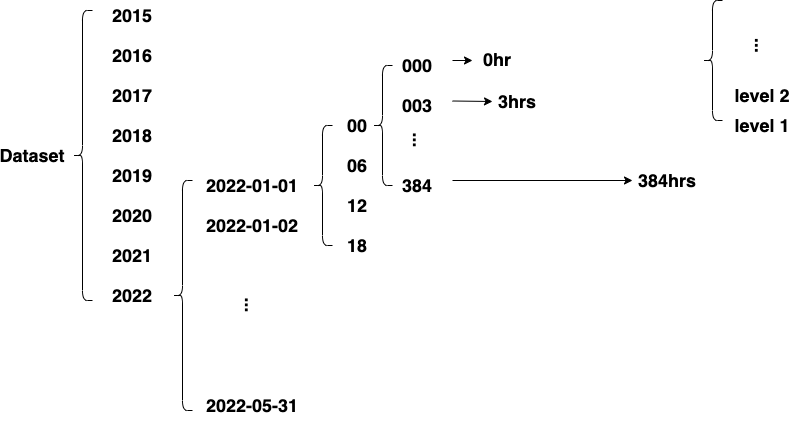
lin-chen-DLA/lin-chen-DLA.github.io keeps this draw.io diagram as Python3/img/NOAA_1.png. Above is the earlier version. Source tidied: cells renumbered, new cells last; positions are measured from the earlier drawing's top-left corner, leaving out a move shared by most shapes.
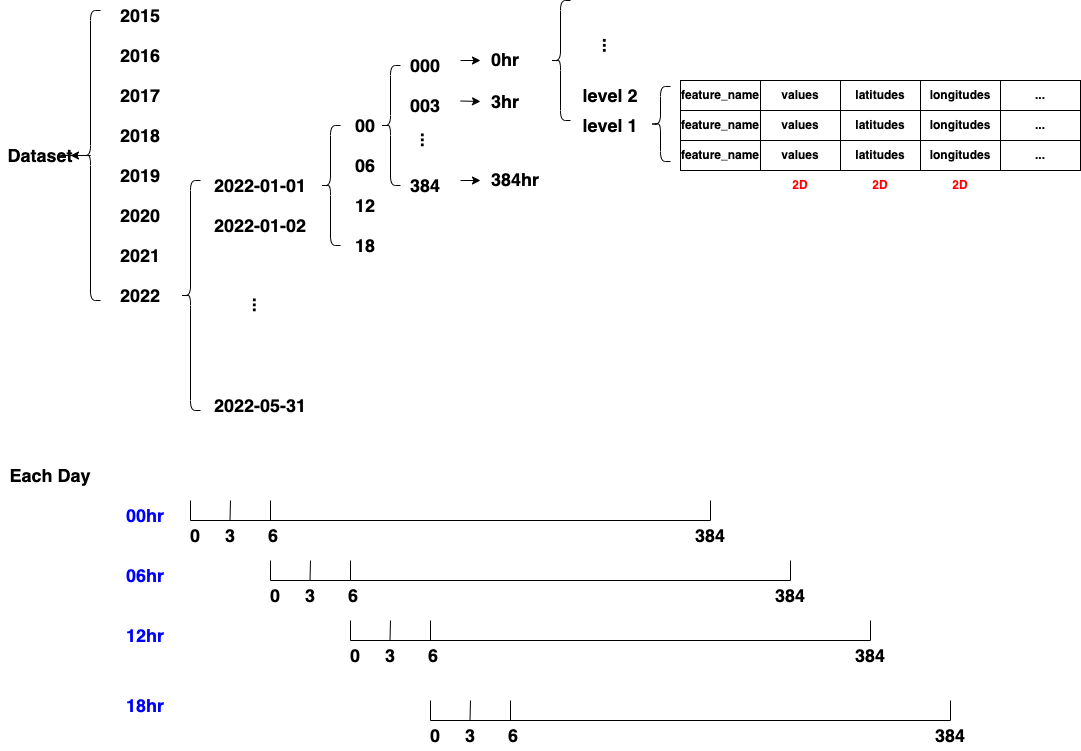
Above is the later version.

The edit, as a diff of the source:
```diff
@@ -5,6 +5,9 @@
     <mxCell id="2" value="&lt;font style=&quot;font-size: 18px;&quot;&gt;&lt;b&gt;Dataset&lt;/b&gt;&lt;/font&gt;" style="text;html=1;strokeColor=none;fillColor=none;align=center;verticalAlign=middle;whiteSpace=wrap;rounded=0;" parent="1" vertex="1">
       <mxGeometry y="140" width="60" height="30" as="geometry" />
     </mxCell>
+    <mxCell id="37" style="edgeStyle=orthogonalEdgeStyle;rounded=0;jettySize=auto;html=1;fontColor=#0000FF;" parent="1" edge="1" source="3" target="2">
+      <mxGeometry relative="1" as="geometry" />
+    </mxCell>
     <mxCell id="3" style="shape=curlyBracket;whiteSpace=wrap;html=1;rounded=1;fontSize=18;" parent="1" vertex="1">
       <mxGeometry x="70" y="10" width="20" height="290" as="geometry" />
     </mxCell>
@@ -86,35 +89,275 @@
     <mxCell id="28" style="endArrow=classic;html=1;rounded=0;fontSize=18;" parent="1" edge="1">
       <mxGeometry relative="1" as="geometry">
         <mxPoint x="450" y="100.5" as="sourcePoint" />
-        <mxPoint x="490" y="101" as="targetPoint" />
+        <mxPoint x="470" y="101" as="targetPoint" />
       </mxGeometry>
     </mxCell>
     <mxCell id="29" style="endArrow=classic;html=1;rounded=0;fontSize=18;" parent="1" edge="1">
       <mxGeometry relative="1" as="geometry">
         <mxPoint x="450" y="180" as="sourcePoint" />
-        <mxPoint x="630" y="180" as="targetPoint" />
+        <mxPoint x="470" y="180" as="targetPoint" />
       </mxGeometry>
     </mxCell>
     <mxCell id="30" value="&lt;span style=&quot;font-size: 18px;&quot;&gt;&lt;b&gt;0hr&lt;/b&gt;&lt;/span&gt;" style="text;html=1;strokeColor=none;fillColor=none;align=center;verticalAlign=middle;whiteSpace=wrap;rounded=0;" parent="1" vertex="1">
       <mxGeometry x="470" y="44" width="50" height="30" as="geometry" />
     </mxCell>
-    <mxCell id="31" value="&lt;span style=&quot;font-size: 18px;&quot;&gt;&lt;b&gt;3hrs&lt;/b&gt;&lt;/span&gt;" style="text;html=1;strokeColor=none;fillColor=none;align=center;verticalAlign=middle;whiteSpace=wrap;rounded=0;" parent="1" vertex="1">
-      <mxGeometry x="490" y="86" width="50" height="30" as="geometry" />
+    <mxCell id="31" value="&lt;span style=&quot;font-size: 18px;&quot;&gt;&lt;b&gt;3hr&lt;/b&gt;&lt;/span&gt;" style="text;html=1;strokeColor=none;fillColor=none;align=center;verticalAlign=middle;whiteSpace=wrap;rounded=0;" parent="1" vertex="1">
+      <mxGeometry x="470" y="86" width="50" height="30" as="geometry" />
     </mxCell>
-    <mxCell id="32" value="&lt;span style=&quot;font-size: 18px;&quot;&gt;&lt;b&gt;384hrs&lt;/b&gt;&lt;/span&gt;" style="text;html=1;strokeColor=none;fillColor=none;align=center;verticalAlign=middle;whiteSpace=wrap;rounded=0;" parent="1" vertex="1">
-      <mxGeometry x="640" y="165" width="50" height="30" as="geometry" />
+    <mxCell id="32" value="&lt;span style=&quot;font-size: 18px;&quot;&gt;&lt;b&gt;384hr&lt;/b&gt;&lt;/span&gt;" style="text;html=1;strokeColor=none;fillColor=none;align=center;verticalAlign=middle;whiteSpace=wrap;rounded=0;" parent="1" vertex="1">
+      <mxGeometry x="480" y="164" width="50" height="30" as="geometry" />
     </mxCell>
     <mxCell id="33" style="shape=curlyBracket;whiteSpace=wrap;html=1;rounded=1;fontSize=18;" parent="1" vertex="1">
-      <mxGeometry x="700" width="20" height="120" as="geometry" />
+      <mxGeometry x="540" width="20" height="120" as="geometry" />
     </mxCell>
     <mxCell id="34" value="&lt;span style=&quot;font-size: 18px;&quot;&gt;&lt;b&gt;level 1&lt;/b&gt;&lt;/span&gt;" style="text;html=1;strokeColor=none;fillColor=none;align=center;verticalAlign=middle;whiteSpace=wrap;rounded=0;" parent="1" vertex="1">
-      <mxGeometry x="720" y="110" width="80" height="30" as="geometry" />
+      <mxGeometry x="560" y="110" width="80" height="30" as="geometry" />
     </mxCell>
     <mxCell id="35" value="&lt;span style=&quot;font-size: 18px;&quot;&gt;&lt;b&gt;level 2&lt;/b&gt;&lt;/span&gt;" style="text;html=1;strokeColor=none;fillColor=none;align=center;verticalAlign=middle;whiteSpace=wrap;rounded=0;" parent="1" vertex="1">
-      <mxGeometry x="720" y="80" width="80" height="30" as="geometry" />
+      <mxGeometry x="560" y="80" width="80" height="30" as="geometry" />
     </mxCell>
     <mxCell id="36" value="&lt;span style=&quot;font-size: 18px;&quot;&gt;&lt;b&gt;...&lt;/b&gt;&lt;/span&gt;" style="text;html=1;strokeColor=none;fillColor=none;align=center;verticalAlign=middle;whiteSpace=wrap;rounded=0;rotation=90;" parent="1" vertex="1">
-      <mxGeometry x="737.5" y="30" width="45" height="30" as="geometry" />
+      <mxGeometry x="577.5" y="30" width="45" height="30" as="geometry" />
     </mxCell>
+    <mxCell id="38" style="shape=curlyBracket;whiteSpace=wrap;html=1;rounded=1;fontSize=18;" parent="1" vertex="1">
+      <mxGeometry x="640" y="86" width="20" height="75" as="geometry" />
+    </mxCell>
+    <mxCell id="39" value="&lt;b&gt;feature_name&lt;/b&gt;" style="rounded=0;whiteSpace=wrap;html=1;" parent="1" vertex="1">
+      <mxGeometry x="670" y="140" width="80" height="30" as="geometry" />
+    </mxCell>
+    <mxCell id="40" value="&lt;b&gt;values&lt;/b&gt;" style="rounded=0;whiteSpace=wrap;html=1;" parent="1" vertex="1">
+      <mxGeometry x="750" y="140" width="80" height="30" as="geometry" />
+    </mxCell>
+    <mxCell id="41" value="&lt;b&gt;latitudes&lt;/b&gt;" style="rounded=0;whiteSpace=wrap;html=1;" parent="1" vertex="1">
+      <mxGeometry x="830" y="140" width="80" height="30" as="geometry" />
+    </mxCell>
+    <mxCell id="42" value="&lt;b&gt;longitudes&lt;/b&gt;" style="rounded=0;whiteSpace=wrap;html=1;" parent="1" vertex="1">
+      <mxGeometry x="910" y="140" width="80" height="30" as="geometry" />
+    </mxCell>
+    <mxCell id="43" value="&lt;b&gt;...&lt;/b&gt;" style="rounded=0;whiteSpace=wrap;html=1;" parent="1" vertex="1">
+      <mxGeometry x="990" y="140" width="80" height="30" as="geometry" />
+    </mxCell>
+    <mxCell id="44" value="&lt;b&gt;feature_name&lt;/b&gt;" style="rounded=0;whiteSpace=wrap;html=1;" parent="1" vertex="1">
+      <mxGeometry x="670" y="110" width="80" height="30" as="geometry" />
+    </mxCell>
+    <mxCell id="45" value="&lt;b&gt;values&lt;/b&gt;" style="rounded=0;whiteSpace=wrap;html=1;" parent="1" vertex="1">
+      <mxGeometry x="750" y="110" width="80" height="30" as="geometry" />
+    </mxCell>
+    <mxCell id="46" value="&lt;b&gt;latitudes&lt;/b&gt;" style="rounded=0;whiteSpace=wrap;html=1;" parent="1" vertex="1">
+      <mxGeometry x="830" y="110" width="80" height="30" as="geometry" />
+    </mxCell>
+    <mxCell id="47" value="&lt;b&gt;longitudes&lt;/b&gt;" style="rounded=0;whiteSpace=wrap;html=1;" parent="1" vertex="1">
+      <mxGeometry x="910" y="110" width="80" height="30" as="geometry" />
+    </mxCell>
+    <mxCell id="48" value="&lt;b&gt;...&lt;/b&gt;" style="rounded=0;whiteSpace=wrap;html=1;" parent="1" vertex="1">
+      <mxGeometry x="990" y="110" width="80" height="30" as="geometry" />
+    </mxCell>
+    <mxCell id="49" value="&lt;b&gt;feature_name&lt;/b&gt;" style="rounded=0;whiteSpace=wrap;html=1;" parent="1" vertex="1">
+      <mxGeometry x="670" y="80" width="80" height="30" as="geometry" />
+    </mxCell>
+    <mxCell id="50" value="&lt;b&gt;values&lt;/b&gt;" style="rounded=0;whiteSpace=wrap;html=1;" parent="1" vertex="1">
+      <mxGeometry x="750" y="80" width="80" height="30" as="geometry" />
+    </mxCell>
+    <mxCell id="51" value="&lt;b&gt;latitudes&lt;/b&gt;" style="rounded=0;whiteSpace=wrap;html=1;" parent="1" vertex="1">
+      <mxGeometry x="830" y="80" width="80" height="30" as="geometry" />
+    </mxCell>
+    <mxCell id="52" value="&lt;b&gt;longitudes&lt;/b&gt;" style="rounded=0;whiteSpace=wrap;html=1;" parent="1" vertex="1">
+      <mxGeometry x="910" y="80" width="80" height="30" as="geometry" />
+    </mxCell>
+    <mxCell id="53" value="&lt;b&gt;...&lt;/b&gt;" style="rounded=0;whiteSpace=wrap;html=1;" parent="1" vertex="1">
+      <mxGeometry x="990" y="80" width="80" height="30" as="geometry" />
+    </mxCell>
+    <mxCell id="54" value="&lt;b&gt;&lt;font color=&quot;#ff0000&quot;&gt;2D&lt;/font&gt;&lt;/b&gt;" style="text;html=1;strokeColor=none;fillColor=none;align=center;verticalAlign=middle;whiteSpace=wrap;rounded=0;" parent="1" vertex="1">
+      <mxGeometry x="760" y="170" width="60" height="30" as="geometry" />
+    </mxCell>
+    <mxCell id="55" value="&lt;b&gt;&lt;font color=&quot;#ff0000&quot;&gt;2D&lt;/font&gt;&lt;/b&gt;" style="text;html=1;strokeColor=none;fillColor=none;align=center;verticalAlign=middle;whiteSpace=wrap;rounded=0;" parent="1" vertex="1">
+      <mxGeometry x="840" y="170" width="60" height="30" as="geometry" />
+    </mxCell>
+    <mxCell id="56" value="&lt;b&gt;&lt;font color=&quot;#ff0000&quot;&gt;2D&lt;/font&gt;&lt;/b&gt;" style="text;html=1;strokeColor=none;fillColor=none;align=center;verticalAlign=middle;whiteSpace=wrap;rounded=0;" parent="1" vertex="1">
+      <mxGeometry x="920" y="170" width="60" height="30" as="geometry" />
+    </mxCell>
+    <mxCell id="57" style="endArrow=none;html=1;rounded=0;fontColor=#FF0000;" parent="1" edge="1">
+      <mxGeometry relative="1" as="geometry">
+        <mxPoint x="180" y="520" as="sourcePoint" />
+        <mxPoint x="700" y="520" as="targetPoint" />
+      </mxGeometry>
+    </mxCell>
+    <mxCell id="58" value="&lt;span style=&quot;font-size: 18px;&quot;&gt;&lt;b&gt;&lt;font color=&quot;#0000ff&quot;&gt;00hr&lt;/font&gt;&lt;/b&gt;&lt;/span&gt;" style="text;html=1;strokeColor=none;fillColor=none;align=center;verticalAlign=middle;whiteSpace=wrap;rounded=0;" parent="1" vertex="1">
+      <mxGeometry x="110" y="500" width="50" height="30" as="geometry" />
+    </mxCell>
+    <mxCell id="59" style="endArrow=none;html=1;rounded=0;fontColor=#0000FF;" parent="1" edge="1">
+      <mxGeometry relative="1" as="geometry">
+        <mxPoint x="180" y="520" as="sourcePoint" />
+        <mxPoint x="180" y="500" as="targetPoint" />
+      </mxGeometry>
+    </mxCell>
+    <mxCell id="60" style="endArrow=none;html=1;rounded=0;fontColor=#0000FF;" parent="1" edge="1">
+      <mxGeometry relative="1" as="geometry">
+        <mxPoint x="219.5" y="520" as="sourcePoint" />
+        <mxPoint x="220" y="500" as="targetPoint" />
+      </mxGeometry>
+    </mxCell>
+    <mxCell id="61" value="&lt;span style=&quot;font-size: 18px;&quot;&gt;&lt;b&gt;0&lt;/b&gt;&lt;/span&gt;" style="text;html=1;strokeColor=none;fillColor=none;align=center;verticalAlign=middle;whiteSpace=wrap;rounded=0;" parent="1" vertex="1">
+      <mxGeometry x="160" y="520" width="50" height="30" as="geometry" />
+    </mxCell>
+    <mxCell id="62" value="&lt;span style=&quot;font-size: 18px;&quot;&gt;&lt;b&gt;3&lt;/b&gt;&lt;/span&gt;" style="text;html=1;strokeColor=none;fillColor=none;align=center;verticalAlign=middle;whiteSpace=wrap;rounded=0;" parent="1" vertex="1">
+      <mxGeometry x="195" y="520" width="50" height="30" as="geometry" />
+    </mxCell>
+    <mxCell id="63" style="endArrow=none;html=1;rounded=0;fontColor=#0000FF;" parent="1" edge="1">
+      <mxGeometry relative="1" as="geometry">
+        <mxPoint x="260" y="520" as="sourcePoint" />
+        <mxPoint x="260" y="500" as="targetPoint" />
+      </mxGeometry>
+    </mxCell>
+    <mxCell id="64" value="&lt;span style=&quot;font-size: 18px;&quot;&gt;&lt;b&gt;6&lt;/b&gt;&lt;/span&gt;" style="text;html=1;strokeColor=none;fillColor=none;align=center;verticalAlign=middle;whiteSpace=wrap;rounded=0;" parent="1" vertex="1">
+      <mxGeometry x="247.5" y="520" width="30" height="30" as="geometry" />
+    </mxCell>
+    <mxCell id="65" style="endArrow=none;html=1;rounded=0;fontColor=#0000FF;" parent="1" edge="1">
+      <mxGeometry relative="1" as="geometry">
+        <mxPoint x="700" y="520" as="sourcePoint" />
+        <mxPoint x="700" y="500" as="targetPoint" />
+      </mxGeometry>
+    </mxCell>
+    <mxCell id="66" value="&lt;span style=&quot;font-size: 18px;&quot;&gt;&lt;b&gt;384&lt;/b&gt;&lt;/span&gt;" style="text;html=1;strokeColor=none;fillColor=none;align=center;verticalAlign=middle;whiteSpace=wrap;rounded=0;" parent="1" vertex="1">
+      <mxGeometry x="675" y="520" width="50" height="30" as="geometry" />
+    </mxCell>
+    <mxCell id="67" style="endArrow=none;html=1;rounded=0;fontColor=#FF0000;" parent="1" edge="1">
+      <mxGeometry relative="1" as="geometry">
+        <mxPoint x="260" y="580" as="sourcePoint" />
+        <mxPoint x="780" y="580" as="targetPoint" />
+      </mxGeometry>
+    </mxCell>
+    <mxCell id="68" value="&lt;span style=&quot;font-size: 18px;&quot;&gt;&lt;b&gt;&lt;font color=&quot;#0000ff&quot;&gt;06hr&lt;/font&gt;&lt;/b&gt;&lt;/span&gt;" style="text;html=1;strokeColor=none;fillColor=none;align=center;verticalAlign=middle;whiteSpace=wrap;rounded=0;" parent="1" vertex="1">
+      <mxGeometry x="110" y="560" width="50" height="30" as="geometry" />
+    </mxCell>
+    <mxCell id="69" style="endArrow=none;html=1;rounded=0;fontColor=#0000FF;" parent="1" edge="1">
+      <mxGeometry relative="1" as="geometry">
+        <mxPoint x="260" y="580" as="sourcePoint" />
+        <mxPoint x="260" y="560" as="targetPoint" />
+      </mxGeometry>
+    </mxCell>
+    <mxCell id="70" style="endArrow=none;html=1;rounded=0;fontColor=#0000FF;" parent="1" edge="1">
+      <mxGeometry relative="1" as="geometry">
+        <mxPoint x="299.5" y="580" as="sourcePoint" />
+        <mxPoint x="300" y="560" as="targetPoint" />
+      </mxGeometry>
+    </mxCell>
+    <mxCell id="71" value="&lt;span style=&quot;font-size: 18px;&quot;&gt;&lt;b&gt;0&lt;/b&gt;&lt;/span&gt;" style="text;html=1;strokeColor=none;fillColor=none;align=center;verticalAlign=middle;whiteSpace=wrap;rounded=0;" parent="1" vertex="1">
+      <mxGeometry x="240" y="580" width="50" height="30" as="geometry" />
+    </mxCell>
+    <mxCell id="72" value="&lt;span style=&quot;font-size: 18px;&quot;&gt;&lt;b&gt;3&lt;/b&gt;&lt;/span&gt;" style="text;html=1;strokeColor=none;fillColor=none;align=center;verticalAlign=middle;whiteSpace=wrap;rounded=0;" parent="1" vertex="1">
+      <mxGeometry x="275" y="580" width="50" height="30" as="geometry" />
+    </mxCell>
+    <mxCell id="73" style="endArrow=none;html=1;rounded=0;fontColor=#0000FF;" parent="1" edge="1">
+      <mxGeometry relative="1" as="geometry">
+        <mxPoint x="340" y="580" as="sourcePoint" />
+        <mxPoint x="340" y="560" as="targetPoint" />
+      </mxGeometry>
+    </mxCell>
+    <mxCell id="74" value="&lt;span style=&quot;font-size: 18px;&quot;&gt;&lt;b&gt;6&lt;/b&gt;&lt;/span&gt;" style="text;html=1;strokeColor=none;fillColor=none;align=center;verticalAlign=middle;whiteSpace=wrap;rounded=0;" parent="1" vertex="1">
+      <mxGeometry x="327.5" y="580" width="30" height="30" as="geometry" />
+    </mxCell>
+    <mxCell id="75" style="endArrow=none;html=1;rounded=0;fontColor=#0000FF;" parent="1" edge="1">
+      <mxGeometry relative="1" as="geometry">
+        <mxPoint x="780" y="580" as="sourcePoint" />
+        <mxPoint x="780" y="560" as="targetPoint" />
+      </mxGeometry>
+    </mxCell>
+    <mxCell id="76" value="&lt;span style=&quot;font-size: 18px;&quot;&gt;&lt;b&gt;384&lt;/b&gt;&lt;/span&gt;" style="text;html=1;strokeColor=none;fillColor=none;align=center;verticalAlign=middle;whiteSpace=wrap;rounded=0;" parent="1" vertex="1">
+      <mxGeometry x="755" y="580" width="50" height="30" as="geometry" />
+    </mxCell>
+    <mxCell id="77" style="endArrow=none;html=1;rounded=0;fontColor=#FF0000;" parent="1" edge="1">
+      <mxGeometry relative="1" as="geometry">
+        <mxPoint x="340" y="640" as="sourcePoint" />
+        <mxPoint x="860" y="640" as="targetPoint" />
+      </mxGeometry>
+    </mxCell>
+    <mxCell id="78" value="&lt;span style=&quot;font-size: 18px;&quot;&gt;&lt;b&gt;&lt;font color=&quot;#0000ff&quot;&gt;12hr&lt;/font&gt;&lt;/b&gt;&lt;/span&gt;" style="text;html=1;strokeColor=none;fillColor=none;align=center;verticalAlign=middle;whiteSpace=wrap;rounded=0;" parent="1" vertex="1">
+      <mxGeometry x="110" y="620" width="50" height="30" as="geometry" />
+    </mxCell>
+    <mxCell id="79" style="endArrow=none;html=1;rounded=0;fontColor=#0000FF;" parent="1" edge="1">
+      <mxGeometry relative="1" as="geometry">
+        <mxPoint x="340" y="640" as="sourcePoint" />
+        <mxPoint x="340" y="620" as="targetPoint" />
+      </mxGeometry>
+    </mxCell>
+    <mxCell id="80" style="endArrow=none;html=1;rounded=0;fontColor=#0000FF;" parent="1" edge="1">
+      <mxGeometry relative="1" as="geometry">
+        <mxPoint x="379.5" y="640" as="sourcePoint" />
+        <mxPoint x="380" y="620" as="targetPoint" />
+      </mxGeometry>
+    </mxCell>
+    <mxCell id="81" value="&lt;span style=&quot;font-size: 18px;&quot;&gt;&lt;b&gt;0&lt;/b&gt;&lt;/span&gt;" style="text;html=1;strokeColor=none;fillColor=none;align=center;verticalAlign=middle;whiteSpace=wrap;rounded=0;" parent="1" vertex="1">
+      <mxGeometry x="320" y="640" width="50" height="30" as="geometry" />
+    </mxCell>
+    <mxCell id="82" value="&lt;span style=&quot;font-size: 18px;&quot;&gt;&lt;b&gt;3&lt;/b&gt;&lt;/span&gt;" style="text;html=1;strokeColor=none;fillColor=none;align=center;verticalAlign=middle;whiteSpace=wrap;rounded=0;" parent="1" vertex="1">
+      <mxGeometry x="355" y="640" width="50" height="30" as="geometry" />
+    </mxCell>
+    <mxCell id="83" style="endArrow=none;html=1;rounded=0;fontColor=#0000FF;" parent="1" edge="1">
+      <mxGeometry relative="1" as="geometry">
+        <mxPoint x="420" y="640" as="sourcePoint" />
+        <mxPoint x="420" y="620" as="targetPoint" />
+      </mxGeometry>
+    </mxCell>
+    <mxCell id="84" value="&lt;span style=&quot;font-size: 18px;&quot;&gt;&lt;b&gt;6&lt;/b&gt;&lt;/span&gt;" style="text;html=1;strokeColor=none;fillColor=none;align=center;verticalAlign=middle;whiteSpace=wrap;rounded=0;" parent="1" vertex="1">
+      <mxGeometry x="407.5" y="640" width="30" height="30" as="geometry" />
+    </mxCell>
+    <mxCell id="85" style="endArrow=none;html=1;rounded=0;fontColor=#0000FF;" parent="1" edge="1">
+      <mxGeometry relative="1" as="geometry">
+        <mxPoint x="860" y="640" as="sourcePoint" />
+        <mxPoint x="860" y="620" as="targetPoint" />
+      </mxGeometry>
+    </mxCell>
+    <mxCell id="86" value="&lt;span style=&quot;font-size: 18px;&quot;&gt;&lt;b&gt;384&lt;/b&gt;&lt;/span&gt;" style="text;html=1;strokeColor=none;fillColor=none;align=center;verticalAlign=middle;whiteSpace=wrap;rounded=0;" parent="1" vertex="1">
+      <mxGeometry x="835" y="640" width="50" height="30" as="geometry" />
+    </mxCell>
+    <mxCell id="87" style="endArrow=none;html=1;rounded=0;fontColor=#FF0000;" parent="1" edge="1">
+      <mxGeometry relative="1" as="geometry">
+        <mxPoint x="420" y="720" as="sourcePoint" />
+        <mxPoint x="940" y="720" as="targetPoint" />
+      </mxGeometry>
+    </mxCell>
+    <mxCell id="88" value="&lt;span style=&quot;font-size: 18px;&quot;&gt;&lt;b&gt;&lt;font color=&quot;#0000ff&quot;&gt;18hr&lt;/font&gt;&lt;/b&gt;&lt;/span&gt;" style="text;html=1;strokeColor=none;fillColor=none;align=center;verticalAlign=middle;whiteSpace=wrap;rounded=0;" parent="1" vertex="1">
+      <mxGeometry x="110" y="690" width="50" height="30" as="geometry" />
+    </mxCell>
+    <mxCell id="89" style="endArrow=none;html=1;rounded=0;fontColor=#0000FF;" parent="1" edge="1">
+      <mxGeometry relative="1" as="geometry">
+        <mxPoint x="420" y="720" as="sourcePoint" />
+        <mxPoint x="420" y="700" as="targetPoint" />
+      </mxGeometry>
+    </mxCell>
+    <mxCell id="90" style="endArrow=none;html=1;rounded=0;fontColor=#0000FF;" parent="1" edge="1">
+      <mxGeometry relative="1" as="geometry">
+        <mxPoint x="459.5" y="720" as="sourcePoint" />
+        <mxPoint x="460" y="700" as="targetPoint" />
+      </mxGeometry>
+    </mxCell>
+    <mxCell id="91" value="&lt;span style=&quot;font-size: 18px;&quot;&gt;&lt;b&gt;0&lt;/b&gt;&lt;/span&gt;" style="text;html=1;strokeColor=none;fillColor=none;align=center;verticalAlign=middle;whiteSpace=wrap;rounded=0;" parent="1" vertex="1">
+      <mxGeometry x="400" y="720" width="50" height="30" as="geometry" />
+    </mxCell>
+    <mxCell id="92" value="&lt;span style=&quot;font-size: 18px;&quot;&gt;&lt;b&gt;3&lt;/b&gt;&lt;/span&gt;" style="text;html=1;strokeColor=none;fillColor=none;align=center;verticalAlign=middle;whiteSpace=wrap;rounded=0;" parent="1" vertex="1">
+      <mxGeometry x="435" y="720" width="50" height="30" as="geometry" />
+    </mxCell>
+    <mxCell id="93" style="endArrow=none;html=1;rounded=0;fontColor=#0000FF;" parent="1" edge="1">
+      <mxGeometry relative="1" as="geometry">
+        <mxPoint x="500" y="720" as="sourcePoint" />
+        <mxPoint x="500" y="700" as="targetPoint" />
+      </mxGeometry>
+    </mxCell>
+    <mxCell id="94" value="&lt;span style=&quot;font-size: 18px;&quot;&gt;&lt;b&gt;6&lt;/b&gt;&lt;/span&gt;" style="text;html=1;strokeColor=none;fillColor=none;align=center;verticalAlign=middle;whiteSpace=wrap;rounded=0;" parent="1" vertex="1">
+      <mxGeometry x="487.5" y="720" width="30" height="30" as="geometry" />
+    </mxCell>
+    <mxCell id="95" style="endArrow=none;html=1;rounded=0;fontColor=#0000FF;" parent="1" edge="1">
+      <mxGeometry relative="1" as="geometry">
+        <mxPoint x="940" y="720" as="sourcePoint" />
+        <mxPoint x="940" y="700" as="targetPoint" />
+      </mxGeometry>
+    </mxCell>
+    <mxCell id="96" value="&lt;span style=&quot;font-size: 18px;&quot;&gt;&lt;b&gt;384&lt;/b&gt;&lt;/span&gt;" style="text;html=1;strokeColor=none;fillColor=none;align=center;verticalAlign=middle;whiteSpace=wrap;rounded=0;" parent="1" vertex="1">
+      <mxGeometry x="915" y="720" width="50" height="30" as="geometry" />
+    </mxCell>
+    <mxCell id="97" value="&lt;font style=&quot;font-size: 18px;&quot;&gt;&lt;b&gt;Each Day&lt;/b&gt;&lt;/font&gt;" style="text;html=1;strokeColor=none;fillColor=none;align=center;verticalAlign=middle;whiteSpace=wrap;rounded=0;" parent="1" vertex="1">
+      <mxGeometry x="-10" y="460" width="100" height="30" as="geometry" />
+    </mxCell>
   </root>
 </mxGraphModel>
```
